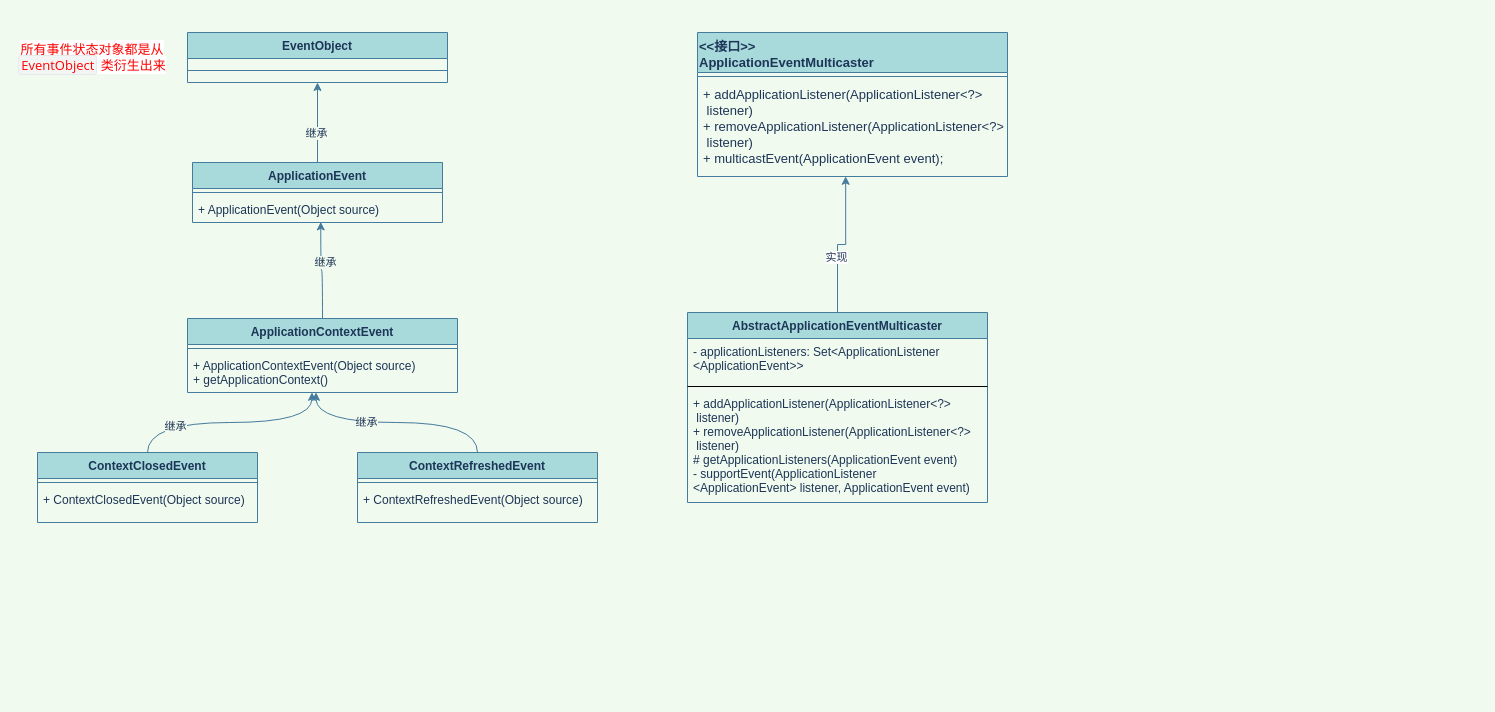
The draw.io diagram wzz-spring/spring-step-10.drawio in wsxzei/markdown-photos, before the edit. Source tidied: cells renumbered, new cells numbered last; positions are measured from the earlier drawing's top-left corner, leaving out a move shared by most shapes. Both pictures are drawn from the tidied source at 100%, with x=0, y=0 at pixel (17, 17).
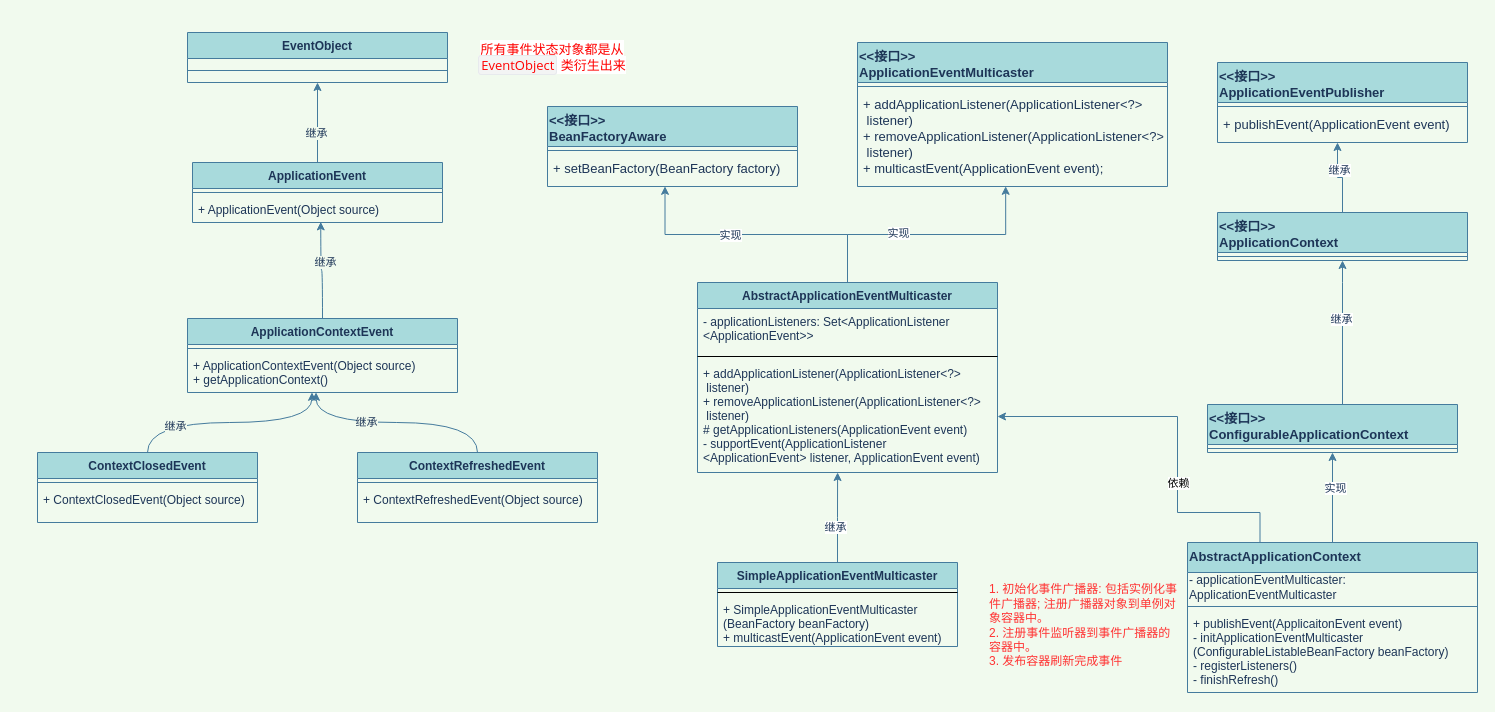
After the change.

Unchanged cells that the change refers to:
```xml
<mxCell id="33" value="+ addApplicationListener(ApplicationListener&lt;?&gt;&#10; listener)&#10;+ removeApplicationListener(ApplicationListener&lt;?&gt;&#10; listener)&#10;# getApplicationListeners(ApplicationEvent event)&#10;- supportEvent(ApplicationListener&#10;&lt;ApplicationEvent&gt; listener, ApplicationEvent event)" style="text;strokeColor=none;fillColor=none;align=left;verticalAlign=top;spacingLeft=4;spacingRight=4;overflow=hidden;points=[[0,0.5],[1,0.5]];portConstraint=eastwest;fontColor=#1D3557;" parent="30" vertex="1">
  <mxGeometry y="78" width="300" height="112" as="geometry" />
</mxCell>
```

Change to the diagram source:
```diff
@@
     <mxCell id="24" value="&lt;font color=&quot;#ff0000&quot;&gt;&lt;span style=&quot;box-sizing: border-box; font-family: &amp;quot;Open Sans&amp;quot;, &amp;quot;Clear Sans&amp;quot;, &amp;quot;Helvetica Neue&amp;quot;, Helvetica, Arial, &amp;quot;Segoe UI Emoji&amp;quot;, sans-serif; font-size: 13px; orphans: 4; text-align: start; background-color: rgb(255, 255, 255);&quot; class=&quot;md-plain md-expand&quot;&gt;所有事件状态对象都是从 &lt;/span&gt;&lt;span style=&quot;box-sizing: border-box; font-family: &amp;quot;Open Sans&amp;quot;, &amp;quot;Clear Sans&amp;quot;, &amp;quot;Helvetica Neue&amp;quot;, Helvetica, Arial, &amp;quot;Segoe UI Emoji&amp;quot;, sans-serif; font-size: 13px; orphans: 4; text-align: start; background-color: rgb(255, 255, 255);&quot; class=&quot;md-pair-s&quot; spellcheck=&quot;false&quot;&gt;&lt;code style=&quot;box-sizing: border-box; font-family: var(--monospace); vertical-align: initial; border: 1px solid rgb(231, 234, 237); background-color: rgb(243, 244, 244); border-radius: 3px; padding: 0px 2px; font-size: 13px;&quot;&gt;EventObject&lt;/code&gt;&lt;/span&gt;&lt;span style=&quot;box-sizing: border-box; font-family: &amp;quot;Open Sans&amp;quot;, &amp;quot;Clear Sans&amp;quot;, &amp;quot;Helvetica Neue&amp;quot;, Helvetica, Arial, &amp;quot;Segoe UI Emoji&amp;quot;, sans-serif; font-size: 13px; orphans: 4; text-align: start; background-color: rgb(255, 255, 255);&quot; class=&quot;md-plain md-expand&quot;&gt; 类衍生出来&lt;/span&gt;&lt;/font&gt;" style="text;html=1;strokeColor=none;fillColor=none;align=center;verticalAlign=middle;whiteSpace=wrap;rounded=0;fontColor=#1D3557;fontSize=13;" parent="1" vertex="1">
-      <mxGeometry width="150" height="80" as="geometry" />
+      <mxGeometry x="460" width="150" height="80" as="geometry" />
     </mxCell>
     <mxCell id="25" value="&lt;&lt;接口&gt;&gt;&#10;ApplicationEventMulticaster" style="swimlane;fontStyle=1;align=left;verticalAlign=top;horizontal=1;startSize=40;fontSize=13;fontColor=#1D3557;strokeColor=#457B9D;fillColor=#A8DADC;" parent="1" vertex="1">
-      <mxGeometry x="680" y="15" width="310" height="144" as="geometry" />
+      <mxGeometry x="840" y="25" width="310" height="144" as="geometry" />
     </mxCell>
@@
+    <mxCell id="34" style="edgeStyle=orthogonalEdgeStyle;rounded=0;jettySize=auto;html=1;exitX=0.5;exitY=0;exitDx=0;exitDy=0;entryX=0.47;entryY=0.994;entryDx=0;entryDy=0;entryPerimeter=0;fontColor=#1D3557;strokeColor=#457B9D;fillColor=#A8DADC;" parent="1" edge="1" source="30" target="43">
+      <mxGeometry relative="1" as="geometry" />
+    </mxCell>
+    <mxCell id="35" value="实现" style="edgeLabel;html=1;align=center;verticalAlign=middle;fontColor=#1D3557;" parent="34" vertex="1">
+      <mxGeometry x="0.19" relative="1" as="geometry" />
+    </mxCell>
     <mxCell id="30" value="AbstractApplicationEventMulticaster" style="swimlane;fontStyle=1;align=center;verticalAlign=top;horizontal=1;startSize=26;fontColor=#1D3557;strokeColor=#457B9D;fillColor=#A8DADC;" parent="1" vertex="1">
-      <mxGeometry x="670" y="295" width="300" height="190" as="geometry" />
+      <mxGeometry x="680" y="265" width="300" height="190" as="geometry" />
     </mxCell>
@@
+    <mxCell id="36" style="edgeStyle=orthogonalEdgeStyle;rounded=0;jettySize=auto;html=1;entryX=0.467;entryY=1;entryDx=0;entryDy=0;entryPerimeter=0;fontColor=#1D3557;strokeColor=#457B9D;fillColor=#A8DADC;" parent="1" edge="1" source="38" target="33">
+      <mxGeometry relative="1" as="geometry" />
+    </mxCell>
+    <mxCell id="37" value="继承" style="edgeLabel;html=1;align=center;verticalAlign=middle;fontColor=#1D3557;" parent="36" vertex="1">
+      <mxGeometry x="-0.21" y="3" relative="1" as="geometry" />
+    </mxCell>
+    <mxCell id="38" value="SimpleApplicationEventMulticaster" style="swimlane;fontStyle=1;align=center;verticalAlign=top;horizontal=1;startSize=26;fontColor=#1D3557;strokeColor=#457B9D;fillColor=#A8DADC;" parent="1" vertex="1">
+      <mxGeometry x="700" y="545" width="240" height="84" as="geometry" />
+    </mxCell>
+    <mxCell id="39" style="line;strokeWidth=1;fillColor=none;align=left;verticalAlign=middle;spacingTop=-1;spacingLeft=3;spacingRight=3;labelPosition=right;fontColor=#1D3557;" parent="38" vertex="1">
+      <mxGeometry y="26" width="240" height="8" as="geometry" />
+    </mxCell>
+    <mxCell id="40" value="+ SimpleApplicationEventMulticaster&#10;(BeanFactory beanFactory)&#10;+ multicastEvent(ApplicationEvent event)" style="text;strokeColor=none;fillColor=none;align=left;verticalAlign=top;spacingLeft=4;spacingRight=4;overflow=hidden;fontColor=#1D3557;" parent="38" vertex="1">
+      <mxGeometry y="34" width="240" height="50" as="geometry" />
+    </mxCell>
+    <mxCell id="41" value="&lt;&lt;接口&gt;&gt;&#10;BeanFactoryAware" style="swimlane;fontStyle=1;align=left;verticalAlign=top;horizontal=1;startSize=40;fontSize=13;fontColor=#1D3557;strokeColor=#457B9D;fillColor=#A8DADC;" parent="1" vertex="1">
+      <mxGeometry x="530" y="89" width="250" height="80" as="geometry" />
+    </mxCell>
+    <mxCell id="42" style="line;strokeWidth=1;fillColor=none;align=left;verticalAlign=middle;spacingTop=-1;spacingLeft=3;spacingRight=3;labelPosition=right;fontSize=13;fontColor=#1D3557;labelBackgroundColor=#F1FAEE;strokeColor=#457B9D;" parent="41" vertex="1">
+      <mxGeometry y="40" width="250" height="8" as="geometry" />
+    </mxCell>
+    <mxCell id="43" value="+ setBeanFactory(BeanFactory factory)" style="text;strokeColor=none;fillColor=none;align=left;verticalAlign=top;spacingLeft=4;spacingRight=4;overflow=hidden;points=[[0,0.5],[1,0.5]];portConstraint=eastwest;fontSize=13;fontColor=#1D3557;" parent="41" vertex="1">
+      <mxGeometry y="48" width="250" height="32" as="geometry" />
+    </mxCell>
+    <mxCell id="44" value="&lt;&lt;接口&gt;&gt;&#10;ApplicationEventPublisher" style="swimlane;fontStyle=1;align=left;verticalAlign=top;horizontal=1;startSize=40;fontSize=13;fontColor=#1D3557;strokeColor=#457B9D;fillColor=#A8DADC;" parent="1" vertex="1">
+      <mxGeometry x="1200" y="45" width="250" height="80" as="geometry" />
+    </mxCell>
+    <mxCell id="45" style="line;strokeWidth=1;fillColor=none;align=left;verticalAlign=middle;spacingTop=-1;spacingLeft=3;spacingRight=3;labelPosition=right;fontSize=13;fontColor=#1D3557;labelBackgroundColor=#F1FAEE;strokeColor=#457B9D;" parent="44" vertex="1">
+      <mxGeometry y="40" width="250" height="8" as="geometry" />
+    </mxCell>
+    <mxCell id="46" value="+ publishEvent(ApplicationEvent event)" style="text;strokeColor=none;fillColor=none;align=left;verticalAlign=top;spacingLeft=4;spacingRight=4;overflow=hidden;points=[[0,0.5],[1,0.5]];portConstraint=eastwest;fontSize=13;fontColor=#1D3557;" parent="44" vertex="1">
+      <mxGeometry y="48" width="250" height="32" as="geometry" />
+    </mxCell>
+    <mxCell id="47" style="edgeStyle=orthogonalEdgeStyle;rounded=0;jettySize=auto;html=1;exitX=0.5;exitY=0;exitDx=0;exitDy=0;entryX=0.48;entryY=1;entryDx=0;entryDy=0;entryPerimeter=0;fontColor=#1D3557;strokeColor=#457B9D;fillColor=#A8DADC;" parent="1" edge="1" source="49" target="46">
+      <mxGeometry relative="1" as="geometry" />
+    </mxCell>
+    <mxCell id="48" value="继承" style="edgeLabel;html=1;align=center;verticalAlign=middle;fontColor=#1D3557;" parent="47" vertex="1">
+      <mxGeometry x="0.28" y="-1" relative="1" as="geometry" />
+    </mxCell>
+    <mxCell id="49" value="&lt;&lt;接口&gt;&gt;&#10;ApplicationContext" style="swimlane;fontStyle=1;align=left;verticalAlign=top;horizontal=1;startSize=40;fontSize=13;fontColor=#1D3557;strokeColor=#457B9D;fillColor=#A8DADC;" parent="1" vertex="1">
+      <mxGeometry x="1200" y="195" width="250" height="48" as="geometry" />
+    </mxCell>
+    <mxCell id="50" style="line;strokeWidth=1;fillColor=none;align=left;verticalAlign=middle;spacingTop=-1;spacingLeft=3;spacingRight=3;labelPosition=right;fontSize=13;fontColor=#1D3557;labelBackgroundColor=#F1FAEE;strokeColor=#457B9D;" parent="49" vertex="1">
+      <mxGeometry y="40" width="250" height="8" as="geometry" />
+    </mxCell>
+    <mxCell id="51" style="edgeStyle=orthogonalEdgeStyle;rounded=0;jettySize=auto;html=1;exitX=0.5;exitY=0;exitDx=0;exitDy=0;entryX=0.5;entryY=1;entryDx=0;entryDy=0;fontColor=#1D3557;strokeColor=#457B9D;fillColor=#A8DADC;" parent="1" edge="1" source="53" target="49">
+      <mxGeometry relative="1" as="geometry">
+        <Array as="points">
+          <mxPoint x="1325" y="265" />
+          <mxPoint x="1325" y="265" />
+        </Array>
+      </mxGeometry>
+    </mxCell>
+    <mxCell id="52" value="继承" style="edgeLabel;html=1;align=center;verticalAlign=middle;fontColor=#1D3557;" parent="51" vertex="1">
+      <mxGeometry x="0.25" y="2" relative="1" as="geometry" />
+    </mxCell>
+    <mxCell id="53" value="&lt;&lt;接口&gt;&gt;&#10;ConfigurableApplicationContext" style="swimlane;fontStyle=1;align=left;verticalAlign=top;horizontal=1;startSize=40;fontSize=13;fontColor=#1D3557;strokeColor=#457B9D;fillColor=#A8DADC;" parent="1" vertex="1">
+      <mxGeometry x="1190" y="387" width="250" height="48" as="geometry" />
+    </mxCell>
+    <mxCell id="54" style="line;strokeWidth=1;fillColor=none;align=left;verticalAlign=middle;spacingTop=-1;spacingLeft=3;spacingRight=3;labelPosition=right;fontSize=13;fontColor=#1D3557;labelBackgroundColor=#F1FAEE;strokeColor=#457B9D;" parent="53" vertex="1">
+      <mxGeometry y="40" width="250" height="8" as="geometry" />
+    </mxCell>
+    <mxCell id="55" style="edgeStyle=orthogonalEdgeStyle;rounded=0;jettySize=auto;html=1;exitX=0.5;exitY=0;exitDx=0;exitDy=0;entryX=0.5;entryY=1;entryDx=0;entryDy=0;fontColor=#1D3557;strokeColor=#457B9D;fillColor=#A8DADC;" parent="1" edge="1" source="59" target="53">
+      <mxGeometry relative="1" as="geometry" />
+    </mxCell>
+    <mxCell id="56" value="实现" style="edgeLabel;html=1;align=center;verticalAlign=middle;fontColor=#1D3557;" parent="55" vertex="1">
+      <mxGeometry x="0.23" y="-2" relative="1" as="geometry" />
+    </mxCell>
+    <mxCell id="57" style="edgeStyle=orthogonalEdgeStyle;rounded=0;jettySize=auto;html=1;exitX=0.25;exitY=0;exitDx=0;exitDy=0;entryX=1;entryY=0.5;entryDx=0;entryDy=0;fontSize=12;fontColor=#FF3333;strokeColor=#457B9D;fillColor=#A8DADC;" parent="1" edge="1" source="59" target="33">
+      <mxGeometry relative="1" as="geometry">
+        <Array as="points">
+          <mxPoint x="1243" y="495" />
+          <mxPoint x="1160" y="495" />
+          <mxPoint x="1160" y="399" />
+        </Array>
+      </mxGeometry>
+    </mxCell>
+    <mxCell id="58" value="依赖" style="edgeLabel;html=1;align=center;verticalAlign=middle;fontSize=11;fontColor=#000000;" parent="57" vertex="1">
+      <mxGeometry x="-0.27" relative="1" as="geometry" />
+    </mxCell>
+    <mxCell id="59" value="AbstractApplicationContext" style="swimlane;fontStyle=1;align=left;verticalAlign=top;horizontal=1;startSize=30;fontSize=13;fontColor=#1D3557;strokeColor=#457B9D;fillColor=#A8DADC;" parent="1" vertex="1">
+      <mxGeometry x="1170" y="525" width="290" height="150" as="geometry" />
+    </mxCell>
+    <mxCell id="60" value="-&amp;nbsp;applicationEventMulticaster: ApplicationEventMulticaster" style="text;html=1;strokeColor=none;fillColor=none;align=left;verticalAlign=middle;whiteSpace=wrap;rounded=0;fontColor=#1D3557;" parent="59" vertex="1">
+      <mxGeometry y="30" width="290" height="30" as="geometry" />
+    </mxCell>
+    <mxCell id="61" style="line;strokeWidth=1;fillColor=none;align=left;verticalAlign=middle;spacingTop=-1;spacingLeft=3;spacingRight=3;labelPosition=right;fontSize=13;fontColor=#1D3557;labelBackgroundColor=#F1FAEE;strokeColor=#457B9D;" parent="59" vertex="1">
+      <mxGeometry y="60" width="290" height="8" as="geometry" />
+    </mxCell>
+    <mxCell id="62" value="+ publishEvent(ApplicaitonEvent event)&#10;- initApplicationEventMulticaster&#10;(ConfigurableListableBeanFactory beanFactory)&#10;- registerListeners()&#10;- finishRefresh()" style="text;strokeColor=none;fillColor=none;align=left;verticalAlign=top;spacingLeft=4;spacingRight=4;overflow=hidden;fontSize=12;fontColor=#1D3557;" parent="59" vertex="1">
+      <mxGeometry y="68" width="290" height="82" as="geometry" />
+    </mxCell>
+    <mxCell id="63" value="&lt;font color=&quot;#ff3333&quot; style=&quot;font-size: 12px;&quot;&gt;1. 初始化事件广播器: 包括实例化事件广播器; 注册广播器对象到单例对象容器中。&lt;br style=&quot;font-size: 12px;&quot;&gt;2.&amp;nbsp;注册事件监听器到事件广播器的容器中。&lt;br style=&quot;font-size: 12px;&quot;&gt;3.&amp;nbsp;发布容器刷新完成事件&lt;/font&gt;" style="text;html=1;strokeColor=none;fillColor=none;align=left;verticalAlign=middle;whiteSpace=wrap;rounded=0;fontColor=#1D3557;fontSize=12;" parent="1" vertex="1">
+      <mxGeometry x="970" y="555" width="190" height="105" as="geometry" />
+    </mxCell>
```
